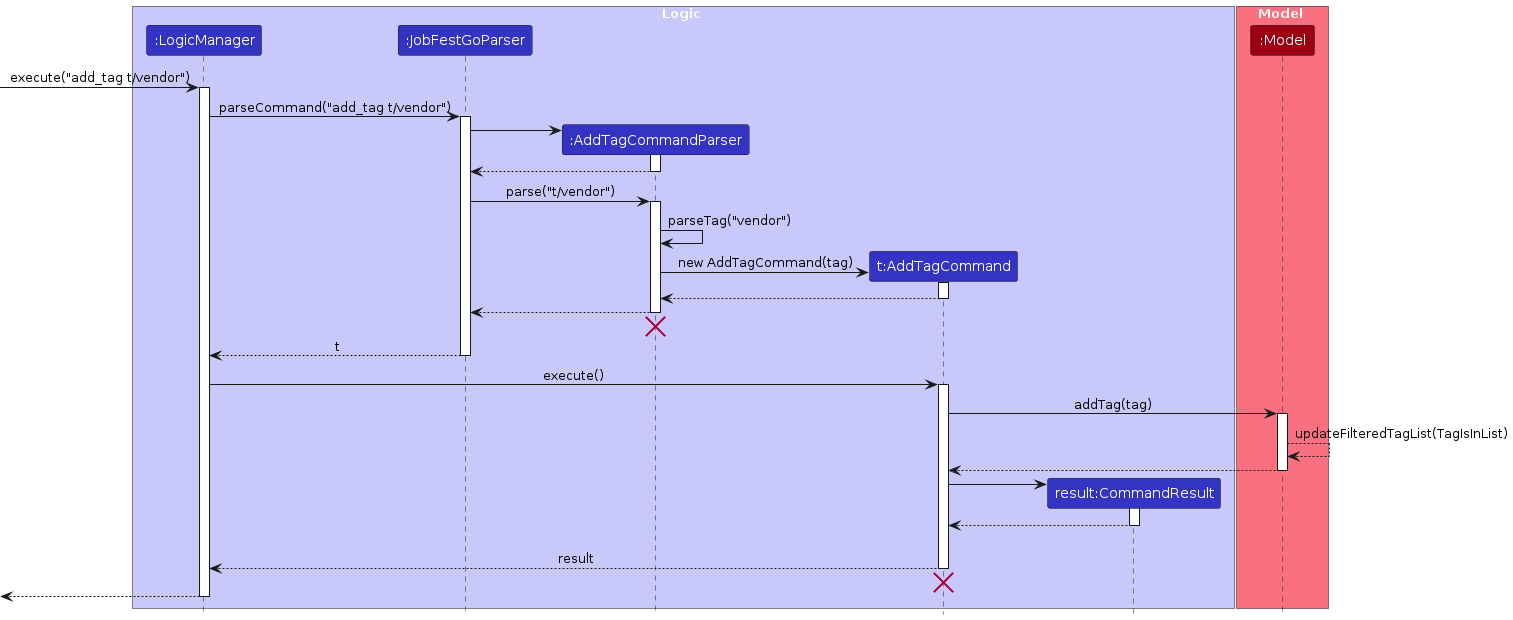
AY2324S1-CS2103T-T09-1/tp keeps this PlantUML diagram as diagrams/AddTagSequenceDiagram.png. Above is the earlier version. Its source is kept beside it as diagrams/AddTagSequenceDiagram.puml. Source of this version:
```plantuml
@startuml
!include style.puml
skinparam ArrowFontStyle plain

box Logic LOGIC_COLOR_T1
participant ":LogicManager" as LogicManager LOGIC_COLOR
participant ":JobFestGoParser" as JobFestGoParser LOGIC_COLOR
participant ":AddTagCommandParser" as AddTagCommandParser LOGIC_COLOR
participant "t:AddTagCommand" as AddTagCommand LOGIC_COLOR
participant "result:CommandResult" as CommandResult LOGIC_COLOR
end box

box Model MODEL_COLOR_T1
participant ":Model" as Model MODEL_COLOR
end box

[-> LogicManager : execute("add_tag t/vendor")
activate LogicManager

LogicManager -> JobFestGoParser : parseCommand("add_tag t/vendor")
activate JobFestGoParser

create AddTagCommandParser
JobFestGoParser -> AddTagCommandParser
activate AddTagCommandParser

AddTagCommandParser --> JobFestGoParser
deactivate AddTagCommandParser

JobFestGoParser -> AddTagCommandParser : parse("t/vendor")
activate AddTagCommandParser

AddTagCommandParser -> AddTagCommandParser : parseTag("vendor")
create AddTagCommand
AddTagCommandParser -> AddTagCommand : new AddTagCommand(tag)
activate AddTagCommand

AddTagCommand --> AddTagCommandParser
deactivate AddTagCommand

AddTagCommandParser --> JobFestGoParser
deactivate AddTagCommandParser
AddTagCommandParser -[hidden]-> JobFestGoParser
destroy AddTagCommandParser

JobFestGoParser --> LogicManager : t
deactivate JobFestGoParser

LogicManager -> AddTagCommand : execute()
activate AddTagCommand

AddTagCommand -> Model : addTag(tag)
activate Model

Model --> Model : updateFilteredTagList(TagIsInList)

Model --> AddTagCommand
deactivate Model

create CommandResult
AddTagCommand -> CommandResult
activate CommandResult

CommandResult --> AddTagCommand
deactivate CommandResult
CommandResult -[hidden]-> AddTagCommand

AddTagCommand --> LogicManager : result
deactivate AddTagCommand
AddTagCommand -[hidden]-> LogicManager
destroy AddTagCommand

[<--LogicManager
deactivate LogicManager
@enduml
```
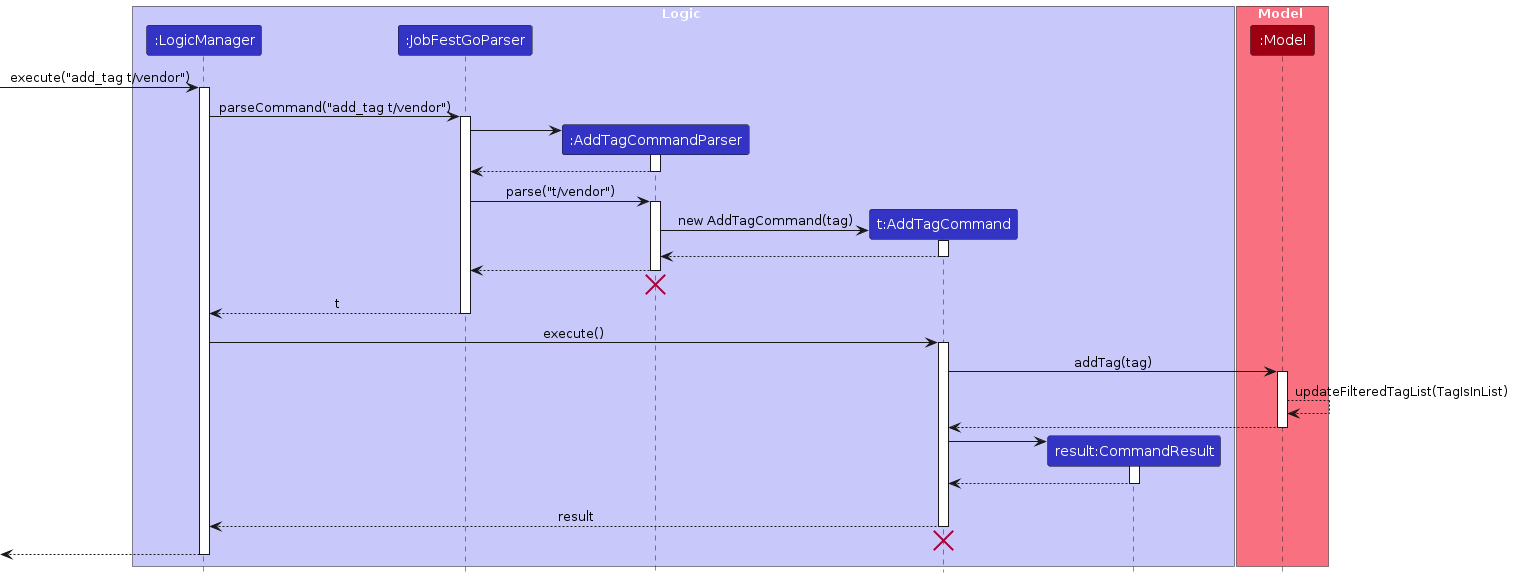
After the commit.

What changed in the source:
```diff
@@ -30,7 +30,6 @@
 JobFestGoParser -> AddTagCommandParser : parse("t/vendor")
 activate AddTagCommandParser
 
-AddTagCommandParser -> AddTagCommandParser : parseTag("vendor")
 create AddTagCommand
 AddTagCommandParser -> AddTagCommand : new AddTagCommand(tag)
 activate AddTagCommand
```
